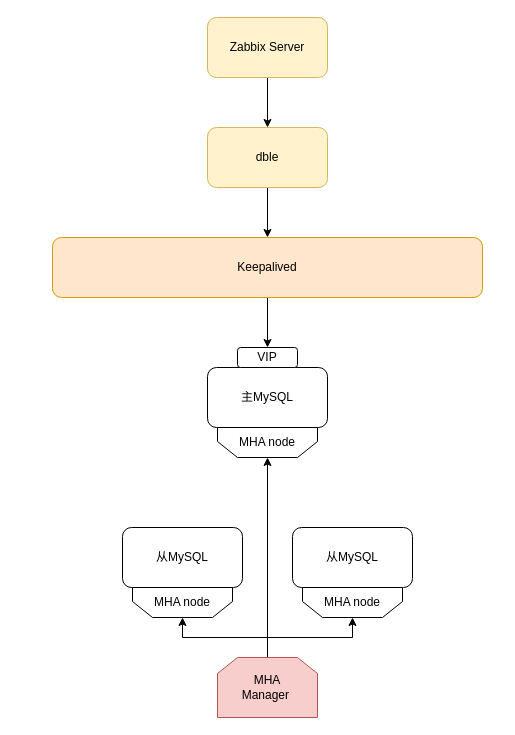
Before: Zabbix数据库高可用.drawio in AYO-Al/draw, a draw.io diagram. Source tidied: cells renumbered, new cells numbered last; positions are measured from the earlier drawing's top-left corner, leaving out a move shared by most shapes. Both pictures are drawn from the tidied source at 100%, with x=0, y=0 at pixel (52, 17).
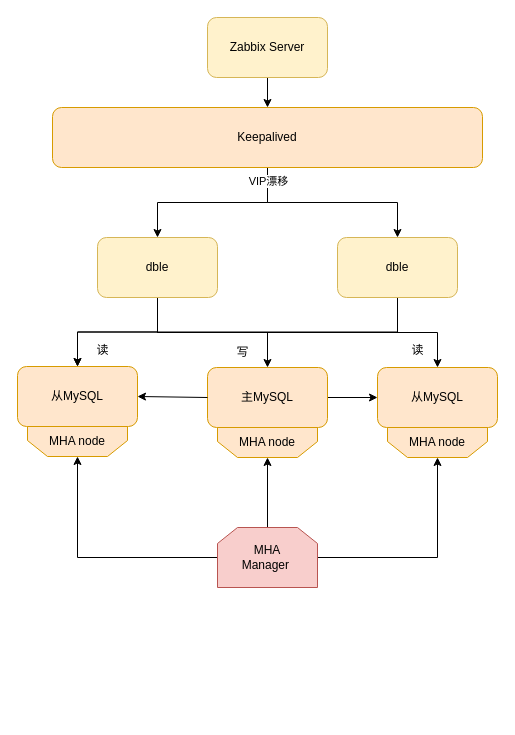
The same diagram, later.

Commit message:
更新Zabbix数据库高可用.drawio

The change refers to these unchanged cells:
```xml
<mxCell id="3" value="Zabbix Server" style="rounded=1;whiteSpace=wrap;html=1;fillColor=#fff2cc;strokeColor=#d6b656;" parent="1" vertex="1">
  <mxGeometry x="155" width="120" height="60" as="geometry" />
</mxCell>
```

Change to the diagram source:
```diff
@@
-    <mxCell id="2" style="edgeStyle=orthogonalEdgeStyle;rounded=0;jettySize=auto;html=1;exitX=0.5;exitY=1;exitDx=0;exitDy=0;entryX=0.5;entryY=0;entryDx=0;entryDy=0;" parent="1" edge="1" source="3" target="5">
-      <mxGeometry relative="1" as="geometry" />
-    </mxCell>
+    <mxCell id="20" style="edgeStyle=orthogonalEdgeStyle;rounded=0;jettySize=auto;html=1;" parent="1" edge="1" source="3" target="18">
+      <mxGeometry relative="1" as="geometry" />
+    </mxCell>
@@
-    <mxCell id="4" style="edgeStyle=orthogonalEdgeStyle;rounded=0;jettySize=auto;html=1;entryX=0.5;entryY=0;entryDx=0;entryDy=0;" parent="1" edge="1" source="5" target="18">
-      <mxGeometry relative="1" as="geometry" />
-    </mxCell>
+    <mxCell id="21" style="edgeStyle=orthogonalEdgeStyle;rounded=0;jettySize=auto;html=1;entryX=0.5;entryY=0;entryDx=0;entryDy=0;" parent="1" edge="1" source="5" target="7">
+      <mxGeometry relative="1" as="geometry" />
+    </mxCell>
+    <mxCell id="22" style="edgeStyle=orthogonalEdgeStyle;rounded=0;jettySize=auto;html=1;" parent="1" edge="1" source="5" target="6">
+      <mxGeometry relative="1" as="geometry" />
+    </mxCell>
+    <mxCell id="23" style="edgeStyle=orthogonalEdgeStyle;rounded=0;jettySize=auto;html=1;exitX=0.5;exitY=1;exitDx=0;exitDy=0;" parent="1" edge="1" source="5" target="8">
+      <mxGeometry relative="1" as="geometry" />
+    </mxCell>
     <mxCell id="5" value="dble" style="rounded=1;whiteSpace=wrap;html=1;fillColor=#fff2cc;strokeColor=#d6b656;" parent="1" vertex="1">
-      <mxGeometry x="155" y="110" width="120" height="60" as="geometry" />
+      <mxGeometry x="45" y="220" width="120" height="60" as="geometry" />
     </mxCell>
+    <mxCell id="24" style="edgeStyle=orthogonalEdgeStyle;rounded=0;jettySize=auto;html=1;entryX=0;entryY=0.5;entryDx=0;entryDy=0;" parent="1" edge="1" source="6" target="8">
+      <mxGeometry relative="1" as="geometry" />
+    </mxCell>
-    <mxCell id="6" value="主MySQL" style="rounded=1;whiteSpace=wrap;html=1;" parent="1" vertex="1">
+    <mxCell id="6" value="主MySQL" style="rounded=1;whiteSpace=wrap;html=1;fillColor=#ffe6cc;strokeColor=#d79b00;" parent="1" vertex="1">
       <mxGeometry x="155" y="350" width="120" height="60" as="geometry" />
     </mxCell>
-    <mxCell id="7" value="从MySQL" style="rounded=1;whiteSpace=wrap;html=1;" parent="1" vertex="1">
-      <mxGeometry x="70" y="510" width="120" height="60" as="geometry" />
+    <mxCell id="7" value="从MySQL" style="rounded=1;whiteSpace=wrap;html=1;fillColor=#ffe6cc;strokeColor=#d79b00;" parent="1" vertex="1">
+      <mxGeometry x="-35" y="349" width="120" height="60" as="geometry" />
     </mxCell>
-    <mxCell id="8" value="从MySQL" style="rounded=1;whiteSpace=wrap;html=1;" parent="1" vertex="1">
-      <mxGeometry x="240" y="510" width="120" height="60" as="geometry" />
+    <mxCell id="8" value="从MySQL" style="rounded=1;whiteSpace=wrap;html=1;fillColor=#ffe6cc;strokeColor=#d79b00;" parent="1" vertex="1">
+      <mxGeometry x="325" y="350" width="120" height="60" as="geometry" />
     </mxCell>
-    <mxCell id="9" value="MHA node" style="shape=loopLimit;whiteSpace=wrap;html=1;direction=west;" parent="1" vertex="1">
-      <mxGeometry x="80" y="570" width="100" height="30" as="geometry" />
+    <mxCell id="9" value="MHA node" style="shape=loopLimit;whiteSpace=wrap;html=1;direction=west;strokeColor=#d79b00;shadow=0;fillColor=#ffe6cc;" parent="1" vertex="1">
+      <mxGeometry x="-25" y="409" width="100" height="30" as="geometry" />
     </mxCell>
@@
-    <mxCell id="11" value="MHA node" style="shape=loopLimit;whiteSpace=wrap;html=1;direction=west;" parent="1" vertex="1">
-      <mxGeometry x="250" y="570" width="100" height="30" as="geometry" />
+    <mxCell id="11" value="MHA node" style="shape=loopLimit;whiteSpace=wrap;html=1;direction=west;fillColor=#ffe6cc;strokeColor=#d79b00;" parent="1" vertex="1">
+      <mxGeometry x="335" y="410" width="100" height="30" as="geometry" />
     </mxCell>
-    <mxCell id="12" value="MHA node" style="shape=loopLimit;whiteSpace=wrap;html=1;direction=west;" parent="1" vertex="1">
+    <mxCell id="12" value="MHA node" style="shape=loopLimit;whiteSpace=wrap;html=1;direction=west;fillColor=#ffe6cc;strokeColor=#d79b00;" parent="1" vertex="1">
       <mxGeometry x="165" y="410" width="100" height="30" as="geometry" />
     </mxCell>
@@
     <mxCell id="16" value="MHA&lt;br&gt;Manager&amp;nbsp;" style="shape=loopLimit;whiteSpace=wrap;html=1;direction=east;fillColor=#f8cecc;strokeColor=#b85450;" parent="1" vertex="1">
-      <mxGeometry x="165" y="640" width="100" height="60" as="geometry" />
+      <mxGeometry x="165" y="510" width="100" height="60" as="geometry" />
     </mxCell>
-    <mxCell id="17" style="edgeStyle=orthogonalEdgeStyle;rounded=0;jettySize=auto;html=1;entryX=0.5;entryY=0;entryDx=0;entryDy=0;jumpStyle=gap;" parent="1" edge="1" source="18" target="19">
-      <mxGeometry relative="1" as="geometry" />
-    </mxCell>
+    <mxCell id="25" style="edgeStyle=orthogonalEdgeStyle;rounded=0;jettySize=auto;html=1;exitX=0.5;exitY=1;exitDx=0;exitDy=0;entryX=0.5;entryY=0;entryDx=0;entryDy=0;" parent="1" edge="1" source="18" target="5">
+      <mxGeometry relative="1" as="geometry" />
+    </mxCell>
+    <mxCell id="26" style="edgeStyle=orthogonalEdgeStyle;rounded=0;jettySize=auto;html=1;exitX=0.5;exitY=1;exitDx=0;exitDy=0;" parent="1" edge="1" source="18" target="29">
+      <mxGeometry relative="1" as="geometry" />
+    </mxCell>
+    <mxCell id="27" value="VIP漂移" style="edgeLabel;html=1;align=center;verticalAlign=middle;" parent="26" vertex="1">
+      <mxGeometry x="-0.87" relative="1" as="geometry" />
+    </mxCell>
     <mxCell id="18" value="Keepalived" style="rounded=1;whiteSpace=wrap;html=1;fillColor=#ffe6cc;strokeColor=#d79b00;" parent="1" vertex="1">
-      <mxGeometry y="220" width="430" height="60" as="geometry" />
+      <mxGeometry y="90" width="430" height="60" as="geometry" />
     </mxCell>
-    <mxCell id="19" value="VIP" style="rounded=1;whiteSpace=wrap;html=1;" parent="1" vertex="1">
-      <mxGeometry x="185" y="330" width="60" height="20" as="geometry" />
-    </mxCell>
+    <mxCell id="28" style="edgeStyle=orthogonalEdgeStyle;rounded=0;jettySize=auto;html=1;entryX=0.5;entryY=0;entryDx=0;entryDy=0;exitX=0.5;exitY=1;exitDx=0;exitDy=0;" parent="1" edge="1" source="29" target="7">
+      <mxGeometry relative="1" as="geometry" />
+    </mxCell>
+    <mxCell id="29" value="dble" style="rounded=1;whiteSpace=wrap;html=1;fillColor=#fff2cc;strokeColor=#d6b656;" parent="1" vertex="1">
+      <mxGeometry x="285" y="220" width="120" height="60" as="geometry" />
+    </mxCell>
+    <mxCell id="30" value="写" style="text;html=1;align=center;verticalAlign=middle;strokeColor=none;fillColor=none;" parent="1" vertex="1">
+      <mxGeometry x="170" y="320" width="40" height="30" as="geometry" />
+    </mxCell>
+    <mxCell id="31" value="读" style="text;html=1;align=center;verticalAlign=middle;strokeColor=none;fillColor=none;" parent="1" vertex="1">
+      <mxGeometry x="345" y="318" width="40" height="30" as="geometry" />
+    </mxCell>
+    <mxCell id="32" value="读" style="text;html=1;align=center;verticalAlign=middle;strokeColor=none;fillColor=none;" parent="1" vertex="1">
+      <mxGeometry x="30" y="318" width="40" height="30" as="geometry" />
+    </mxCell>
+    <mxCell id="33" style="endArrow=classic;html=1;rounded=0;entryX=1;entryY=0.5;entryDx=0;entryDy=0;exitX=0;exitY=0.5;exitDx=0;exitDy=0;" parent="1" edge="1" source="6" target="7">
+      <mxGeometry relative="1" as="geometry" />
+    </mxCell>
```
